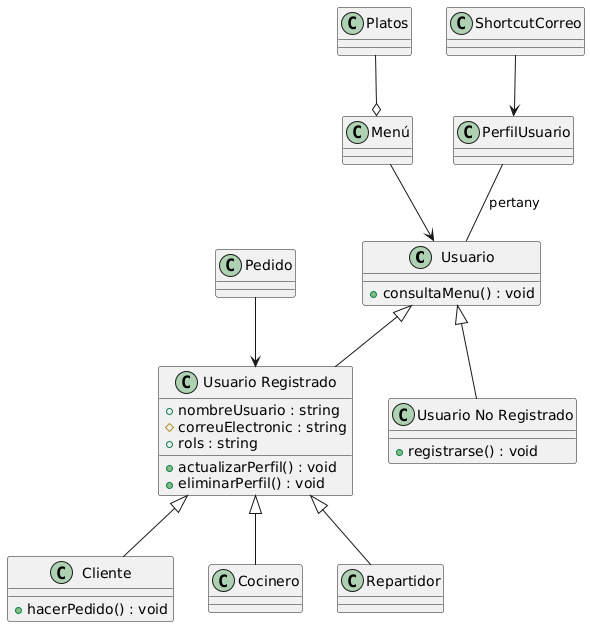
Before: documents/Diagrama Clases/Diagramas/bloq1_diagrama_clase.png, a diagram exported from PlantUML (dabien3/ES25UAB-511-05).
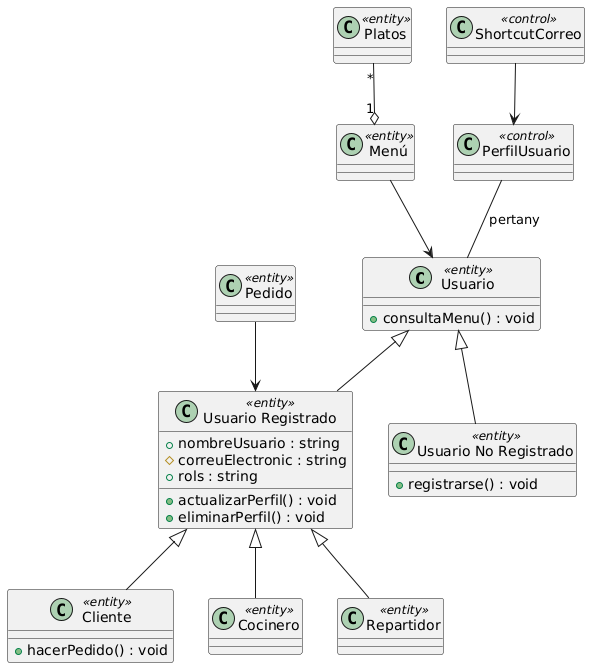
The same diagram one commit later.

Commit message:
updated bloq1,bloq2 diagrama classe

Change to the diagram source:
```diff
@@ -1,9 +1,9 @@
 @startuml
-class Usuario
+class Usuario <<entity>>
 {
    +consultaMenu() : void
 }
-class "Usuario Registrado" as UsuarioRegistrado
+class "Usuario Registrado" as UsuarioRegistrado <<entity>>
 {
    +nombreUsuario : string
    #correuElectronic : string
@@ -12,21 +12,21 @@
    +eliminarPerfil() : void
 
 }
-class "Usuario No Registrado" as UsuarioNoRegistrado
+class "Usuario No Registrado" as UsuarioNoRegistrado <<entity>>
 {
    +registrarse() : void
 }
-class Cliente
+class Cliente <<entity>>
 {
    +hacerPedido() : void
 }
-class Cocinero
-class Repartidor
-class Pedido
-class Menú
-class ShortcutCorreo
-class PerfilUsuario
-class Platos
+class Cocinero <<entity>>
+class Repartidor <<entity>>
+class Pedido <<entity>>
+class Menú <<entity>>
+class ShortcutCorreo <<control>>
+class PerfilUsuario <<control>>
+class Platos <<entity>>
 
 Usuario <|-- UsuarioRegistrado
 Usuario <|-- UsuarioNoRegistrado
@@ -36,6 +36,6 @@
 Pedido --> UsuarioRegistrado
 Menú --> Usuario
 PerfilUsuario -- Usuario : pertany
-Platos --o Menú
+Platos "*" --o "1" Menú
 ShortcutCorreo --> PerfilUsuario
 @enduml
```
